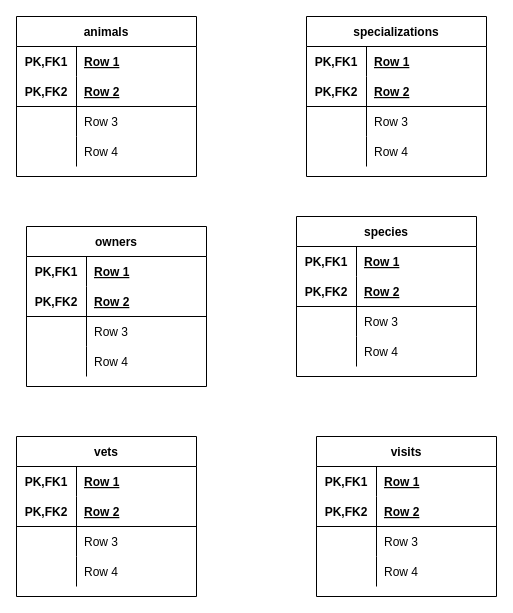
bamsi/clnic-database keeps this draw.io diagram as vet_clinic_db.drawio. Above is the earlier version. Source tidied: cells renumbered, new cells numbered last; positions are measured from the earlier drawing's top-left corner, leaving out a move shared by most shapes. Both pictures are drawn from the tidied source at 100%, with x=0, y=0 at pixel (16, 16).
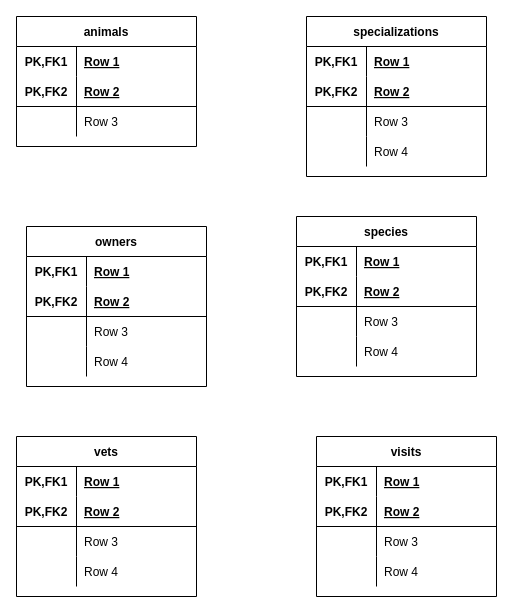
Above is the later version.

The edit, as a diff of the source:
```diff
@@
     <mxCell id="2" value="animals" style="shape=table;startSize=30;childLayout=tableLayout;rowLines=0;fontStyle=1;align=center;" parent="1" vertex="1">
-      <mxGeometry width="180" height="160" as="geometry" />
+      <mxGeometry width="180" height="130" as="geometry" />
     </mxCell>
@@
-    <mxCell id="12" style="shape=tableRow;horizontal=0;startSize=0;swimlaneHead=0;swimlaneBody=0;fillColor=none;top=0;left=0;right=0;bottom=0;" parent="2" vertex="1">
-      <mxGeometry y="120" width="180" height="30" as="geometry" />
-    </mxCell>
-    <mxCell id="13" style="shape=partialRectangle;fillColor=none;top=0;left=0;bottom=0;right=0;overflow=hidden;" parent="12" vertex="1">
-      <mxGeometry width="60" height="30" as="geometry" />
-    </mxCell>
-    <mxCell id="14" value="Row 4" style="shape=partialRectangle;fillColor=none;top=0;left=0;bottom=0;right=0;align=left;spacingLeft=6;overflow=hidden;" parent="12" vertex="1">
-      <mxGeometry x="60" width="120" height="30" as="geometry" />
-    </mxCell>
```
